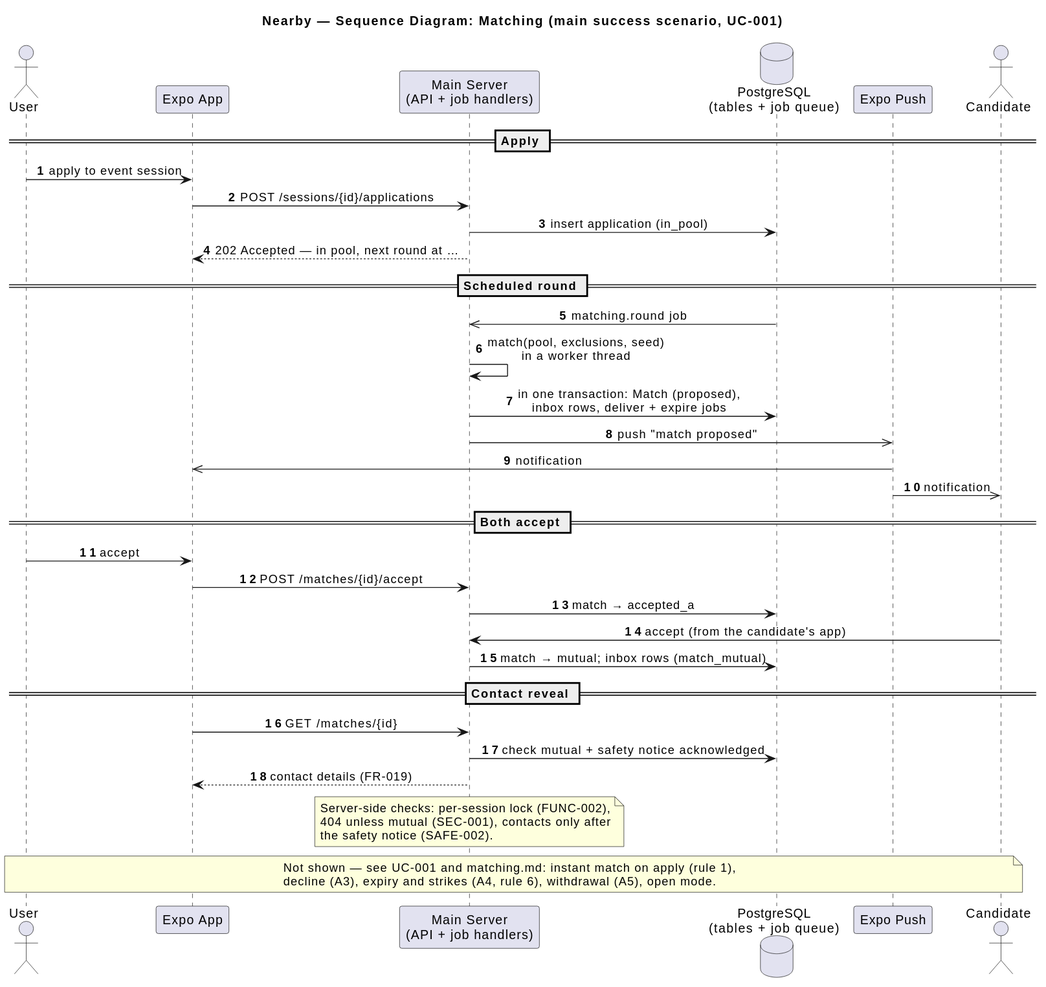
Earlier version of the PlantUML export docs/architecture/uml/rendered/sequence-diagram-matching.svg (ukma-fin-ssdm-2026/pun-intended-team). The source it was exported from:
```plantuml
@startuml
title Nearby — Sequence Diagram: Matching (main success scenario, UC-001)

skinparam shadowing false
skinparam sequenceMessageAlign center
skinparam responseMessageBelowArrow true
autonumber

actor "User" as U
participant "Expo App" as APP
participant "Main Server\n(API + job handlers)" as SRV
database "PostgreSQL\n(tables + job queue)" as DB
participant "Expo Push" as PUSH
actor "Candidate" as C

== Apply ==

U -> APP : apply to event session
APP -> SRV : POST /sessions/{id}/applications
SRV -> DB : insert application (in_pool)
SRV --> APP : 202 Accepted — in pool, next round at …

== Scheduled round ==

DB ->> SRV : matching.round job
SRV -> SRV : match(pool, exclusions, seed)\nin a worker thread
SRV -> DB : in one transaction: Match (proposed),\ninbox rows, deliver + expire jobs
SRV ->> PUSH : push "match proposed"
PUSH ->> APP : notification
PUSH ->> C : notification

== Both accept ==

U -> APP : accept
APP -> SRV : POST /matches/{id}/accept
SRV -> DB : match → accepted_a
C -> SRV : accept (from the candidate's app)
SRV -> DB : match → mutual; inbox rows (match_mutual)

== Contact reveal ==

APP -> SRV : GET /matches/{id}
SRV -> DB : check mutual + safety notice acknowledged
SRV --> APP : contact details (FR-019)

note over SRV
  Server-side checks: per-session lock (FUNC-002),
  404 unless mutual (SEC-001), contacts only after
  the safety notice (SAFE-002).
end note

note over U, C
  Not shown — see UC-001 and matching.md: instant match on apply (rule 1),
  decline (A3), expiry and strikes (A4, rule 6), withdrawal (A5), open mode.
end note
@enduml
```
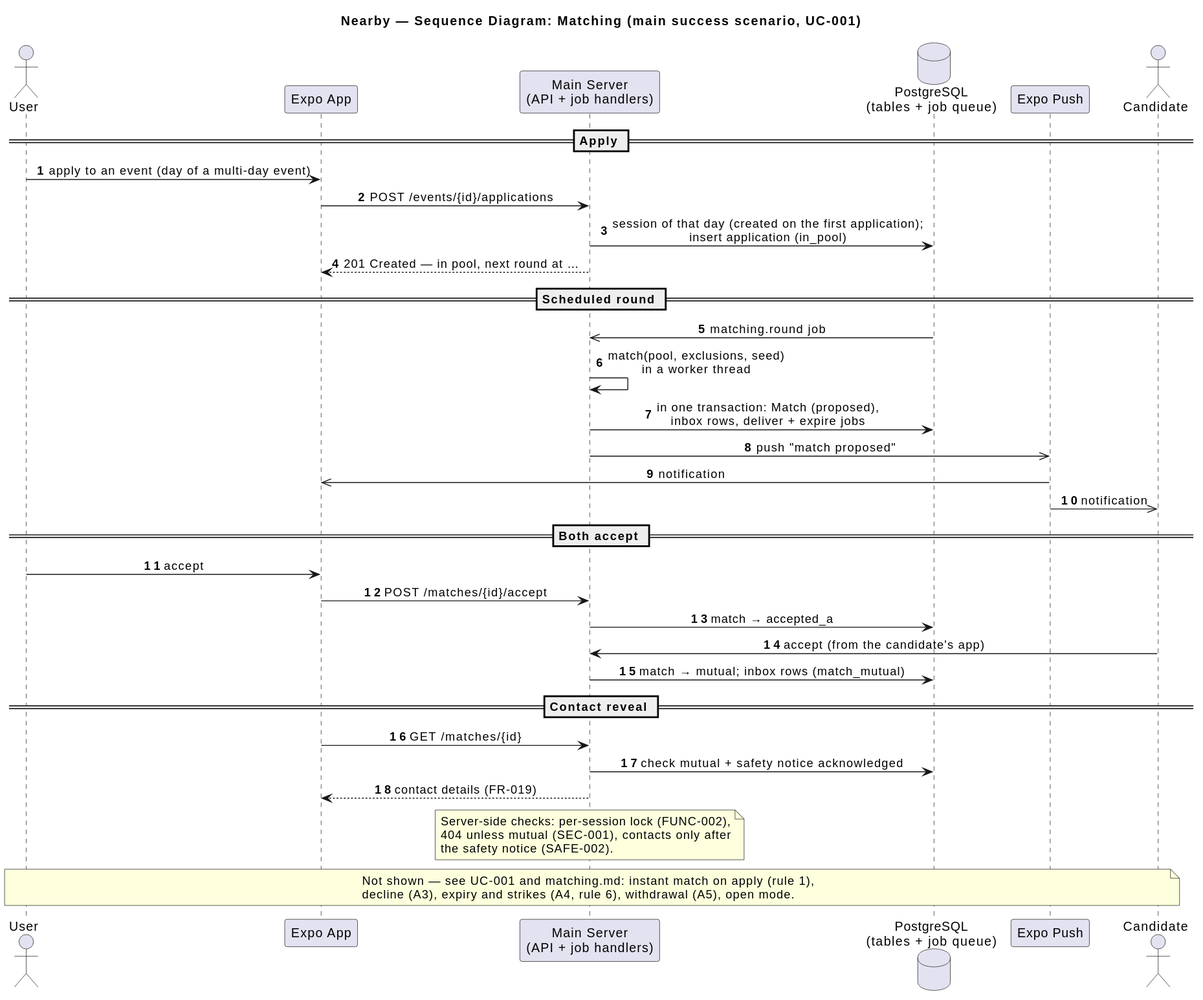
Above is the later version.

Diff of the diagram source:
```diff
@@ -15,10 +15,10 @@
 
 == Apply ==
 
-U -> APP : apply to event session
-APP -> SRV : POST /sessions/{id}/applications
-SRV -> DB : insert application (in_pool)
-SRV --> APP : 202 Accepted — in pool, next round at …
+U -> APP : apply to an event (day of a multi-day event)
+APP -> SRV : POST /events/{id}/applications
+SRV -> DB : session of that day (created on the first application);\ninsert application (in_pool)
+SRV --> APP : 201 Created — in pool, next round at …
 
 == Scheduled round ==
 
```
